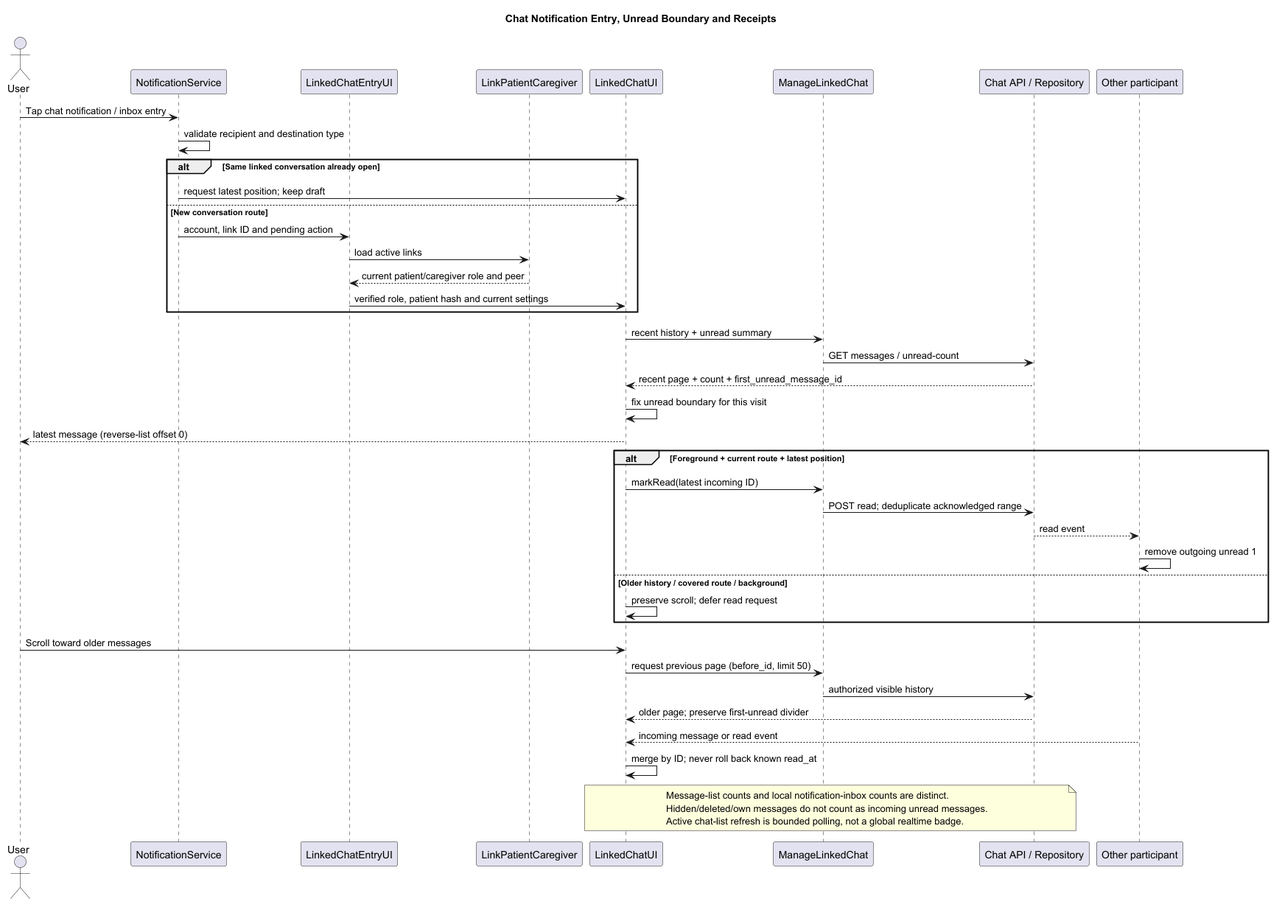
The PlantUML diagram docs/UML/sequence/ChatReadState.png in 1window2/MedBuddy, before a commit. The source it was exported from:
```plantuml
@startuml
scale max 1920 width
skinparam backgroundColor white
skinparam shadowing false
title Chat Notification Entry, Unread Boundary and Receipts
actor User
participant "NotificationService" as Notification
participant "LinkedChatEntryUI" as Entry
participant "LinkPatientCaregiver" as Link
participant "LinkedChatUI" as UI
participant "ManageLinkedChat" as Control
participant "Chat API / Repository" as API
participant "Other participant" as Peer

User -> Notification : Tap chat notification / inbox entry
Notification -> Notification : validate recipient and destination type
alt Same linked conversation already open
  Notification -> UI : request latest position; keep draft
else New conversation route
  Notification -> Entry : account, link ID and pending action
  Entry -> Link : load active links
  Link --> Entry : current patient/caregiver role and peer
  Entry -> UI : verified role, patient hash and current settings
end
UI -> Control : recent history + unread summary
Control -> API : GET messages / unread-count
API --> UI : recent page + count + first_unread_message_id
UI -> UI : fix unread boundary for this visit
UI --> User : latest message (reverse-list offset 0)

alt Foreground + current route + latest position
  UI -> Control : markRead(latest incoming ID)
  Control -> API : POST read; deduplicate acknowledged range
  API --> Peer : read event
  Peer -> Peer : remove outgoing unread 1
else Older history / covered route / background
  UI -> UI : preserve scroll; defer read request
end

User -> UI : Scroll toward older messages
UI -> Control : request previous page (before_id, limit 50)
Control -> API : authorized visible history
API --> UI : older page; preserve first-unread divider
Peer --> UI : incoming message or read event
UI -> UI : merge by ID; never roll back known read_at
note over UI,API
  Message-list counts and local notification-inbox counts are distinct.
  Hidden/deleted/own messages do not count as incoming unread messages.
  Active chat-list refresh is bounded polling, not a global realtime badge.
end note
@enduml
```
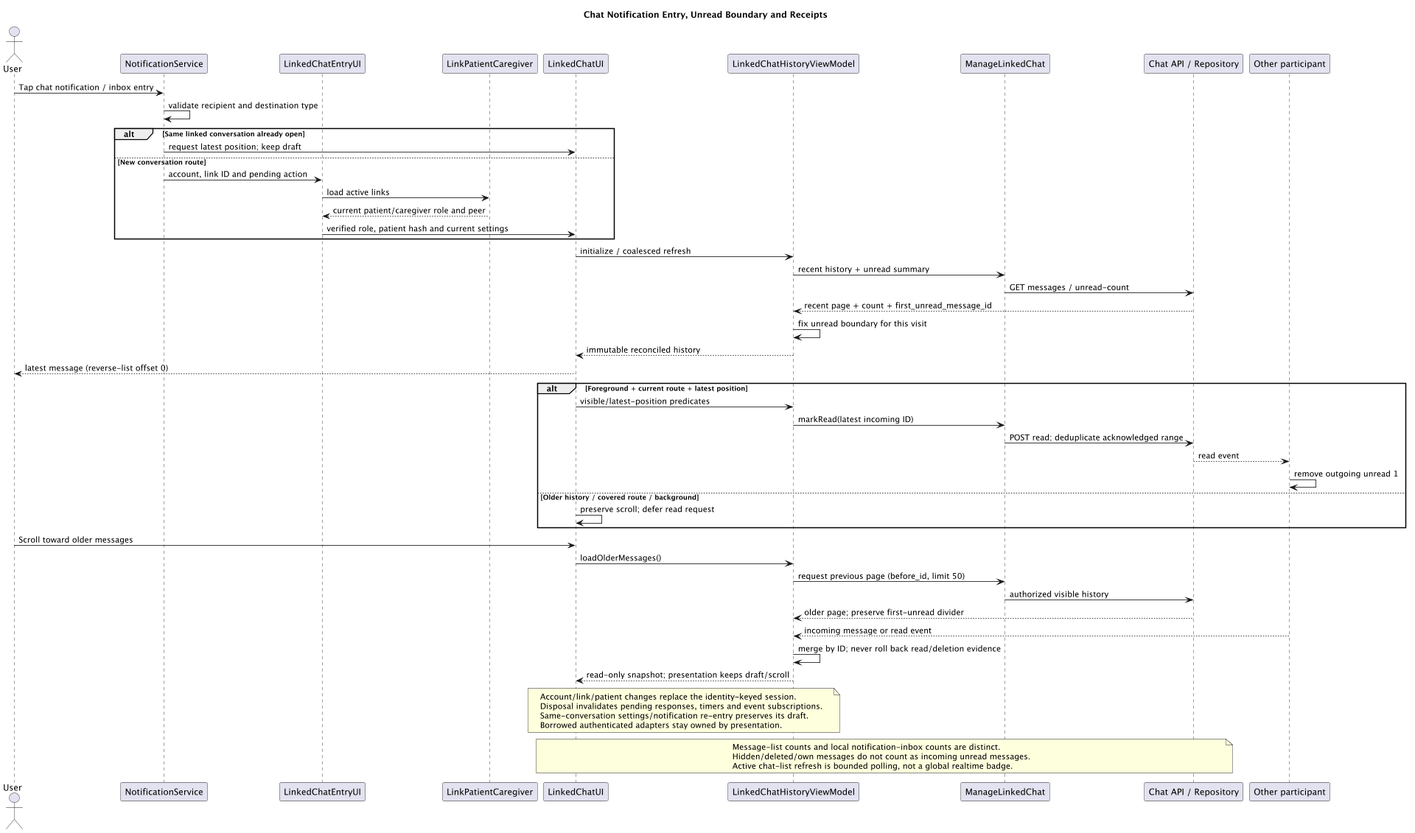
After the change.

Change to the diagram source:
```diff
@@ -8,6 +8,7 @@
 participant "LinkedChatEntryUI" as Entry
 participant "LinkPatientCaregiver" as Link
 participant "LinkedChatUI" as UI
+participant "LinkedChatHistoryViewModel" as History
 participant "ManageLinkedChat" as Control
 participant "Chat API / Repository" as API
 participant "Other participant" as Peer
@@ -22,14 +23,17 @@
   Link --> Entry : current patient/caregiver role and peer
   Entry -> UI : verified role, patient hash and current settings
 end
-UI -> Control : recent history + unread summary
+UI -> History : initialize / coalesced refresh
+History -> Control : recent history + unread summary
 Control -> API : GET messages / unread-count
-API --> UI : recent page + count + first_unread_message_id
-UI -> UI : fix unread boundary for this visit
+API --> History : recent page + count + first_unread_message_id
+History -> History : fix unread boundary for this visit
+History --> UI : immutable reconciled history
 UI --> User : latest message (reverse-list offset 0)
 
 alt Foreground + current route + latest position
-  UI -> Control : markRead(latest incoming ID)
+  UI -> History : visible/latest-position predicates
+  History -> Control : markRead(latest incoming ID)
   Control -> API : POST read; deduplicate acknowledged range
   API --> Peer : read event
   Peer -> Peer : remove outgoing unread 1
@@ -38,11 +42,19 @@
 end
 
 User -> UI : Scroll toward older messages
-UI -> Control : request previous page (before_id, limit 50)
+UI -> History : loadOlderMessages()
+History -> Control : request previous page (before_id, limit 50)
 Control -> API : authorized visible history
-API --> UI : older page; preserve first-unread divider
-Peer --> UI : incoming message or read event
-UI -> UI : merge by ID; never roll back known read_at
+API --> History : older page; preserve first-unread divider
+Peer --> History : incoming message or read event
+History -> History : merge by ID; never roll back read/deletion evidence
+History --> UI : read-only snapshot; presentation keeps draft/scroll
+note over UI,History
+  Account/link/patient changes replace the identity-keyed session.
+  Disposal invalidates pending responses, timers and event subscriptions.
+  Same-conversation settings/notification re-entry preserves its draft.
+  Borrowed authenticated adapters stay owned by presentation.
+end note
 note over UI,API
   Message-list counts and local notification-inbox counts are distinct.
   Hidden/deleted/own messages do not count as incoming unread messages.
```
